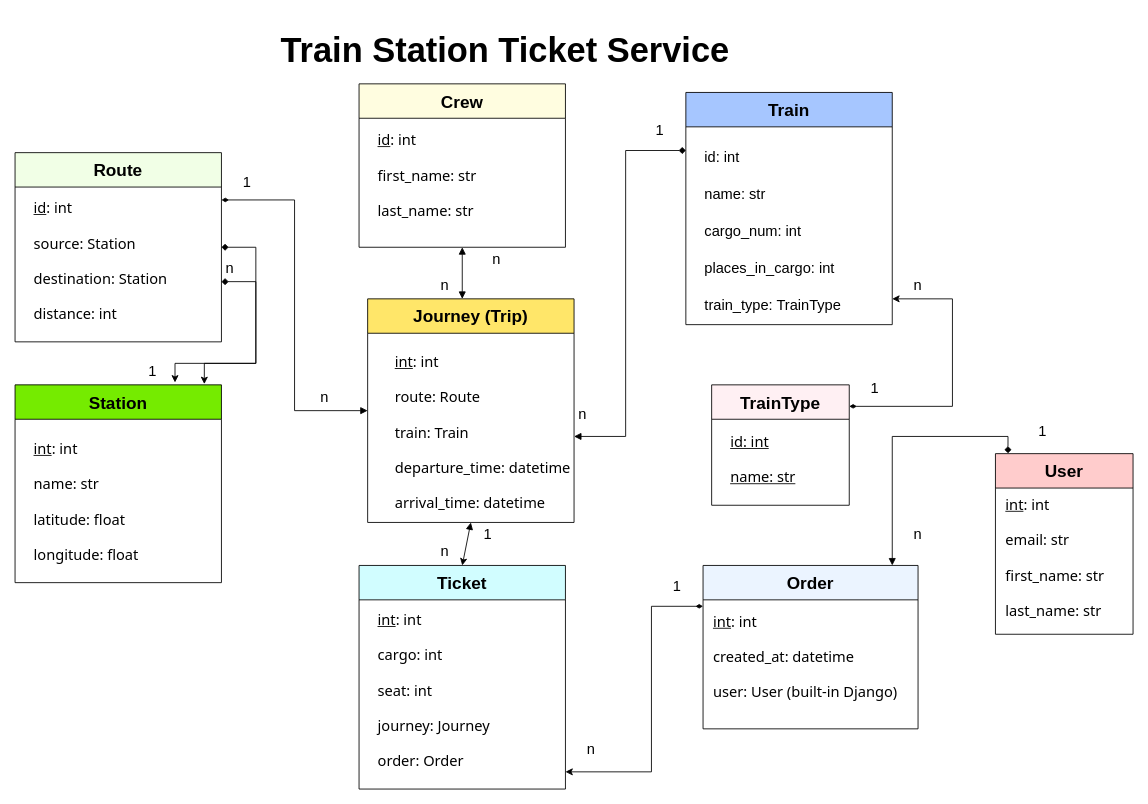
The draw.io diagram train-ticket-service_diagram.drawio in julia4406/train-ticket-service, before the edit. Source tidied: cells renumbered, new cells numbered last; positions are measured from the earlier drawing's top-left corner, leaving out a move shared by most shapes. Both pictures are drawn from the tidied source at 86%, with x=0, y=0 at pixel (15, 15).
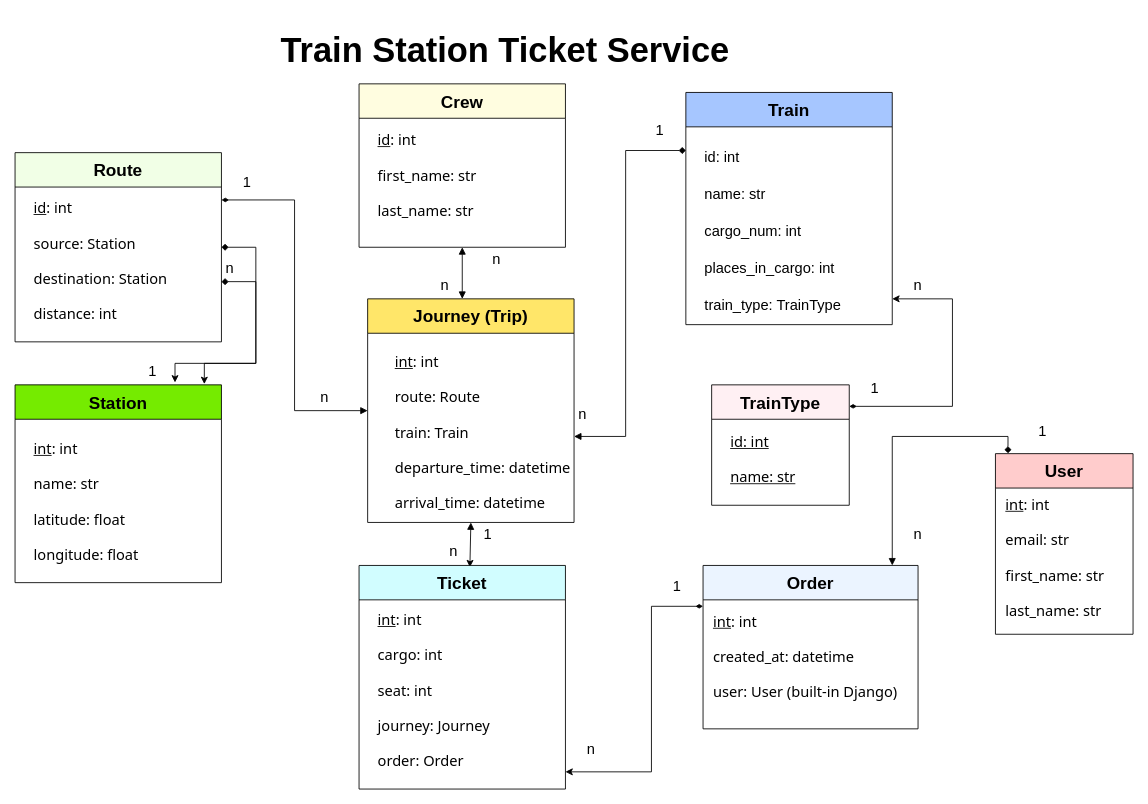
Above is the later version.

Commit message:
Modify: (.venv) C:\Users\YA\projects\Mate_Python_Course\Portfolio_DRF_Train_Ticket_Service>git status

Unchanged cells that the change refers to:
```xml
<mxCell id="16" value="&lt;font style=&quot;font-size: 20px;&quot;&gt;Journey (Trip)&lt;/font&gt;" style="swimlane;whiteSpace=wrap;html=1;fontSize=15;startSize=40;fillColor=#FFE669;" parent="1" vertex="1">
  <mxGeometry x="410" y="330" width="240" height="260" as="geometry" />
</mxCell>
<mxCell id="39" value="&lt;font style=&quot;font-size: 20px;&quot;&gt;Ticket&lt;/font&gt;" style="swimlane;whiteSpace=wrap;html=1;fontSize=15;startSize=40;fillColor=#D1FDFF;" parent="1" vertex="1">
  <mxGeometry x="400" y="640" width="240" height="260" as="geometry" />
</mxCell>
```

Diff of the diagram source:
```diff
@@
-    <mxCell id="15" style="edgeStyle=none;rounded=0;jettySize=auto;html=1;exitX=0.5;exitY=1;exitDx=0;exitDy=0;entryX=0.5;entryY=0;entryDx=0;entryDy=0;elbow=vertical;startArrow=block;startFill=1;" parent="1" edge="1" source="16" target="39">
+    <mxCell id="15" style="edgeStyle=none;rounded=0;jettySize=auto;html=1;exitX=0.5;exitY=1;exitDx=0;exitDy=0;elbow=vertical;startArrow=block;startFill=1;entryX=0.537;entryY=0.008;entryDx=0;entryDy=0;entryPerimeter=0;" parent="1" edge="1" source="16" target="39">
       <mxGeometry relative="1" as="geometry" />
     </mxCell>
@@
     <mxCell id="38" value="&lt;font style=&quot;font-size: 17px;&quot;&gt;n&lt;/font&gt;" style="text;strokeColor=none;align=center;fillColor=none;html=1;verticalAlign=middle;whiteSpace=wrap;rounded=0;" parent="1" vertex="1">
-      <mxGeometry x="470" y="610" width="60" height="30" as="geometry" />
+      <mxGeometry x="480" y="610" width="60" height="30" as="geometry" />
     </mxCell>
```
